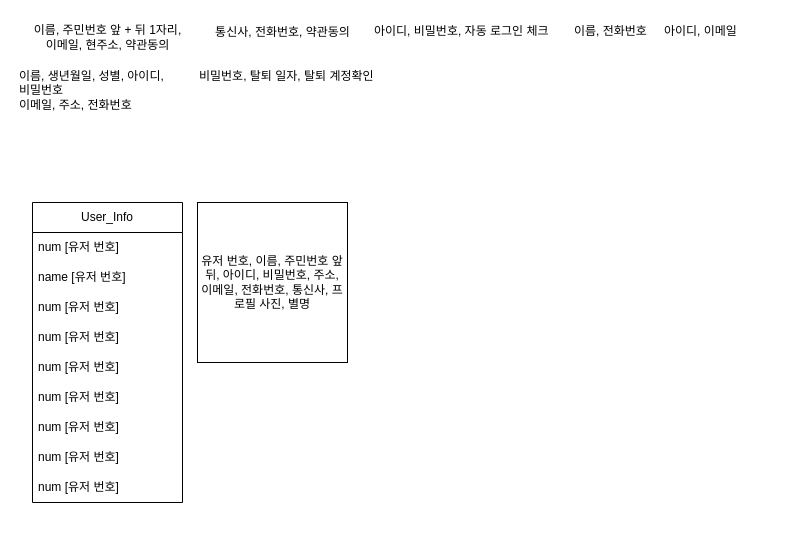
Before: portfolio/To-do List ERD.drawio in D-o-H-w-a/SelfStudy, a draw.io diagram. Source tidied: cells renumbered, new cells numbered last; positions are measured from the earlier drawing's top-left corner, leaving out a move shared by most shapes. Both pictures are drawn from the tidied source at 100%, with x=0, y=0 at pixel (17, 17).
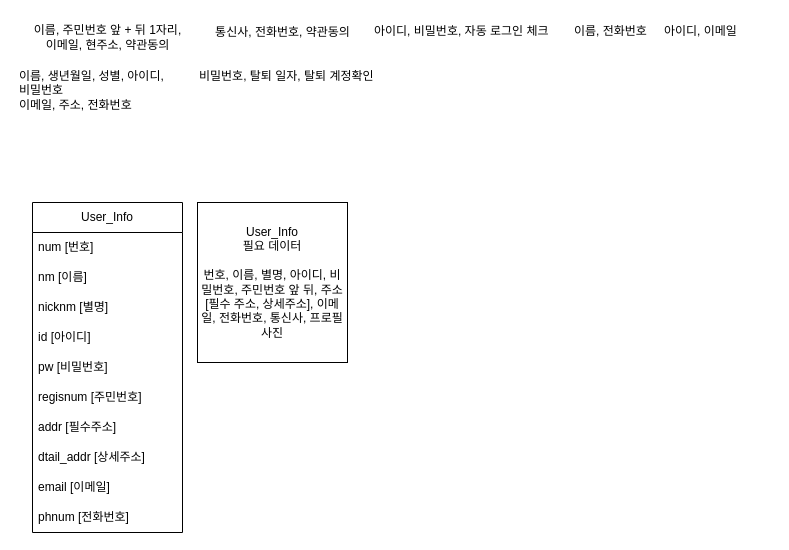
After the change.

Commit message:
ERD 일부 명칭 변경 및 추가

ERD 일부 데이터명칭 변경 및 추가

Diff of the diagram source:
```diff
@@
     <mxCell id="2" value="User_Info" style="swimlane;fontStyle=0;horizontal=1;startSize=30;whiteSpace=wrap;html=1;" parent="1" vertex="1">
-      <mxGeometry x="15" y="185" width="150" height="300" as="geometry" />
+      <mxGeometry x="15" y="185" width="150" height="330" as="geometry" />
     </mxCell>
-    <mxCell id="3" value="num [유저 번호]" style="text;strokeColor=none;fillColor=none;align=left;verticalAlign=middle;spacingLeft=4;spacingRight=4;overflow=hidden;whiteSpace=wrap;html=1;" parent="2" vertex="1">
+    <mxCell id="3" value="num [번호]" style="text;strokeColor=none;fillColor=none;align=left;verticalAlign=middle;spacingLeft=4;spacingRight=4;overflow=hidden;whiteSpace=wrap;html=1;" parent="2" vertex="1">
       <mxGeometry y="30" width="150" height="30" as="geometry" />
     </mxCell>
-    <mxCell id="4" value="name [유저 번호]" style="text;strokeColor=none;fillColor=none;align=left;verticalAlign=middle;spacingLeft=4;spacingRight=4;overflow=hidden;whiteSpace=wrap;html=1;" parent="2" vertex="1">
+    <mxCell id="4" value="nm [이름]" style="text;strokeColor=none;fillColor=none;align=left;verticalAlign=middle;spacingLeft=4;spacingRight=4;overflow=hidden;whiteSpace=wrap;html=1;" parent="2" vertex="1">
       <mxGeometry y="60" width="150" height="30" as="geometry" />
     </mxCell>
-    <mxCell id="5" value="num [유저 번호]" style="text;strokeColor=none;fillColor=none;align=left;verticalAlign=middle;spacingLeft=4;spacingRight=4;overflow=hidden;whiteSpace=wrap;html=1;" parent="2" vertex="1">
+    <mxCell id="5" value="nicknm [별명]" style="text;strokeColor=none;fillColor=none;align=left;verticalAlign=middle;spacingLeft=4;spacingRight=4;overflow=hidden;whiteSpace=wrap;html=1;" parent="2" vertex="1">
       <mxGeometry y="90" width="150" height="30" as="geometry" />
     </mxCell>
-    <mxCell id="6" value="num [유저 번호]" style="text;strokeColor=none;fillColor=none;align=left;verticalAlign=middle;spacingLeft=4;spacingRight=4;overflow=hidden;whiteSpace=wrap;html=1;" parent="2" vertex="1">
+    <mxCell id="6" value="id [아이디]" style="text;strokeColor=none;fillColor=none;align=left;verticalAlign=middle;spacingLeft=4;spacingRight=4;overflow=hidden;whiteSpace=wrap;html=1;" parent="2" vertex="1">
       <mxGeometry y="120" width="150" height="30" as="geometry" />
     </mxCell>
-    <mxCell id="7" value="num [유저 번호]" style="text;strokeColor=none;fillColor=none;align=left;verticalAlign=middle;spacingLeft=4;spacingRight=4;overflow=hidden;whiteSpace=wrap;html=1;" parent="2" vertex="1">
+    <mxCell id="7" value="pw&lt;span style=&quot;background-color: initial;&quot;&gt;&amp;nbsp;[비밀번호]&lt;/span&gt;" style="text;strokeColor=none;fillColor=none;align=left;verticalAlign=middle;spacingLeft=4;spacingRight=4;overflow=hidden;whiteSpace=wrap;html=1;" parent="2" vertex="1">
       <mxGeometry y="150" width="150" height="30" as="geometry" />
     </mxCell>
-    <mxCell id="8" value="num [유저 번호]" style="text;strokeColor=none;fillColor=none;align=left;verticalAlign=middle;spacingLeft=4;spacingRight=4;overflow=hidden;whiteSpace=wrap;html=1;" parent="2" vertex="1">
+    <mxCell id="8" value="regisnum [주민번호]" style="text;strokeColor=none;fillColor=none;align=left;verticalAlign=middle;spacingLeft=4;spacingRight=4;overflow=hidden;whiteSpace=wrap;html=1;" parent="2" vertex="1">
       <mxGeometry y="180" width="150" height="30" as="geometry" />
     </mxCell>
-    <mxCell id="9" value="num [유저 번호]" style="text;strokeColor=none;fillColor=none;align=left;verticalAlign=middle;spacingLeft=4;spacingRight=4;overflow=hidden;whiteSpace=wrap;html=1;" parent="2" vertex="1">
+    <mxCell id="9" value="addr [필수주소]" style="text;strokeColor=none;fillColor=none;align=left;verticalAlign=middle;spacingLeft=4;spacingRight=4;overflow=hidden;whiteSpace=wrap;html=1;" parent="2" vertex="1">
       <mxGeometry y="210" width="150" height="30" as="geometry" />
     </mxCell>
+    <mxCell id="20" value="dtail_addr [상세주소]" style="text;strokeColor=none;fillColor=none;align=left;verticalAlign=middle;spacingLeft=4;spacingRight=4;overflow=hidden;whiteSpace=wrap;html=1;" parent="2" vertex="1">
+      <mxGeometry y="240" width="150" height="30" as="geometry" />
+    </mxCell>
-    <mxCell id="10" value="num [유저 번호]" style="text;strokeColor=none;fillColor=none;align=left;verticalAlign=middle;spacingLeft=4;spacingRight=4;overflow=hidden;whiteSpace=wrap;html=1;" parent="2" vertex="1">
-      <mxGeometry y="240" width="150" height="30" as="geometry" />
+    <mxCell id="10" value="email [이메일]" style="text;strokeColor=none;fillColor=none;align=left;verticalAlign=middle;spacingLeft=4;spacingRight=4;overflow=hidden;whiteSpace=wrap;html=1;" parent="2" vertex="1">
+      <mxGeometry y="270" width="150" height="30" as="geometry" />
     </mxCell>
-    <mxCell id="11" value="num [유저 번호]" style="text;strokeColor=none;fillColor=none;align=left;verticalAlign=middle;spacingLeft=4;spacingRight=4;overflow=hidden;whiteSpace=wrap;html=1;" parent="2" vertex="1">
-      <mxGeometry y="270" width="150" height="30" as="geometry" />
+    <mxCell id="11" value="phnum [전화번호]" style="text;strokeColor=none;fillColor=none;align=left;verticalAlign=middle;spacingLeft=4;spacingRight=4;overflow=hidden;whiteSpace=wrap;html=1;" parent="2" vertex="1">
+      <mxGeometry y="300" width="150" height="30" as="geometry" />
     </mxCell>
@@
-    <mxCell id="19" value="유저 번호, 이름, 주민번호 앞 뒤, 아이디, 비밀번호, 주소, 이메일, 전화번호, 통신사, 프로필 사진, 별명" style="rounded=0;whiteSpace=wrap;html=1;" parent="1" vertex="1">
+    <mxCell id="19" value="User_Info&lt;br&gt;필요 데이터&lt;br&gt;&lt;br&gt;번호, 이름, 별명, 아이디, 비밀번호, 주민번호 앞 뒤, 주소[필수 주소, 상세주소], 이메일, 전화번호, 통신사, 프로필 사진" style="rounded=0;whiteSpace=wrap;html=1;" parent="1" vertex="1">
       <mxGeometry x="180" y="185" width="150" height="160" as="geometry" />
     </mxCell>
```
